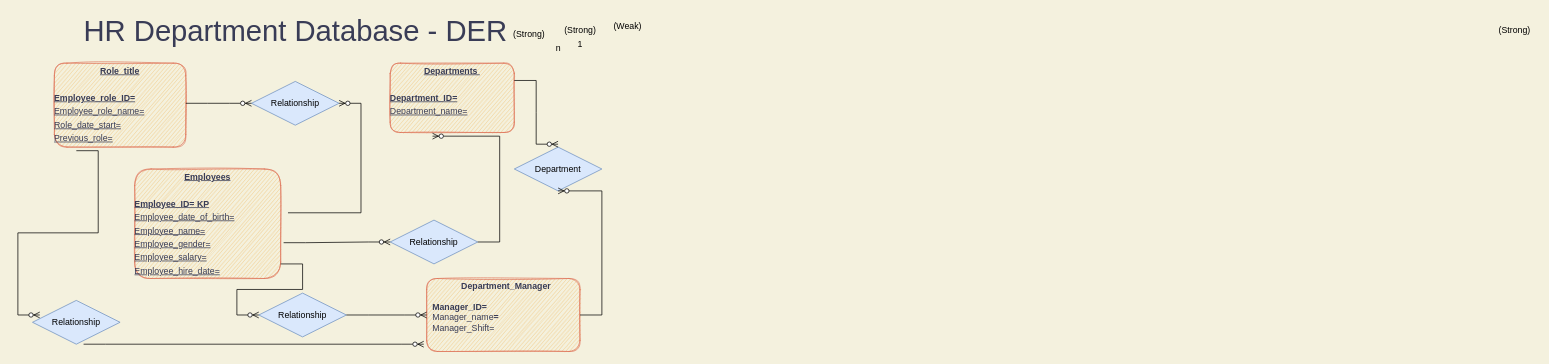
This is RH Database Diagram.drawio from PriFlores/HR-Database, a draw.io file, before an edit. Source tidied: cells renumbered, new cells numbered last; positions are measured from the earlier drawing's top-left corner, leaving out a move shared by most shapes. Both pictures are drawn from the tidied source at 73%, with x=0, y=0 at pixel (32, 19).
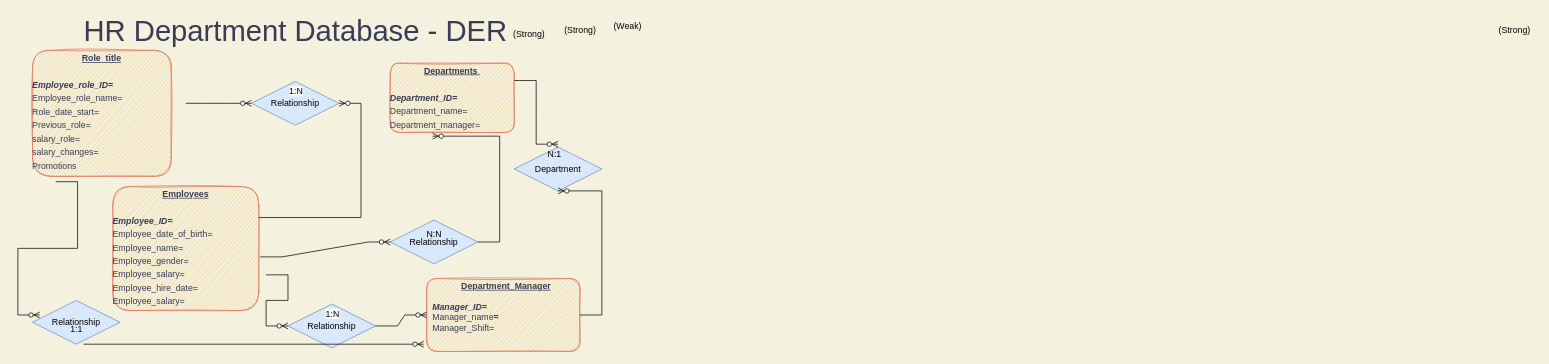
The same page after the edit.

The change refers to these unchanged cells:
```xml
<mxCell id="10" value="Relationship" style="shape=rhombus;perimeter=rhombusPerimeter;whiteSpace=wrap;html=1;align=center;fillColor=#dae8fc;strokeColor=#6c8ebf;" parent="1" vertex="1">
  <mxGeometry x="490" y="275" width="120" height="60" as="geometry" />
</mxCell>
<mxCell id="14" value="Relationship" style="shape=rhombus;perimeter=rhombusPerimeter;whiteSpace=wrap;html=1;align=center;fillColor=#dae8fc;strokeColor=#6c8ebf;" parent="1" vertex="1">
  <mxGeometry x="300" y="85" width="120" height="60" as="geometry" />
</mxCell>
```

Change to the diagram source:
```diff
@@
-    <mxCell id="2" value="&lt;p style=&quot;margin: 0px ; margin-top: 4px ; text-align: center ; text-decoration: underline&quot;&gt;&lt;b&gt;Role&amp;nbsp; title&lt;/b&gt;&lt;/p&gt;&lt;p style=&quot;margin: 0px ; margin-top: 4px ; text-align: center ; text-decoration: underline&quot;&gt;&lt;b&gt;&lt;br&gt;&lt;/b&gt;&lt;/p&gt;&lt;p style=&quot;margin: 4px 0px 0px ; text-decoration: underline&quot;&gt;&lt;b&gt;Employee_role_ID&lt;span&gt;=&lt;/span&gt;&lt;/b&gt;&lt;/p&gt;&lt;p style=&quot;margin: 4px 0px 0px ; text-decoration: underline&quot;&gt;Employee_role_name=&lt;/p&gt;&lt;p style=&quot;margin: 4px 0px 0px ; text-decoration: underline&quot;&gt;Role_date_start=&lt;/p&gt;&lt;p style=&quot;margin: 4px 0px 0px ; text-decoration: underline&quot;&gt;Previous_role=&lt;/p&gt;&lt;p style=&quot;margin: 4px 0px 0px ; text-decoration: underline&quot;&gt;&lt;b&gt;&lt;br&gt;&lt;/b&gt;&lt;/p&gt;" style="verticalAlign=top;align=left;overflow=fill;fontSize=12;fontFamily=Helvetica;html=1;shadow=0;comic=0;labelBackgroundColor=none;strokeWidth=1;fillColor=#F2CC8F;strokeColor=#E07A5F;fontColor=#393C56;rounded=1;sketch=1;" parent="1" vertex="1">
-      <mxGeometry x="30" y="60" width="180" height="115" as="geometry" />
+    <mxCell id="2" value="&lt;p style=&quot;margin: 4px 0px 0px ; text-align: center&quot;&gt;&lt;b&gt;&lt;u&gt;Role&amp;nbsp; title&lt;/u&gt;&lt;/b&gt;&lt;/p&gt;&lt;p style=&quot;margin: 4px 0px 0px ; text-align: center&quot;&gt;&lt;b&gt;&lt;br&gt;&lt;/b&gt;&lt;/p&gt;&lt;p style=&quot;margin: 4px 0px 0px&quot;&gt;&lt;b&gt;&lt;i&gt;Employee_role_ID&lt;/i&gt;&lt;span&gt;=&lt;/span&gt;&lt;/b&gt;&lt;/p&gt;&lt;p style=&quot;margin: 4px 0px 0px&quot;&gt;Employee_role_name=&lt;/p&gt;&lt;p style=&quot;margin: 4px 0px 0px&quot;&gt;&lt;span&gt;Role_date_start=&lt;/span&gt;&lt;br&gt;&lt;/p&gt;&lt;p style=&quot;margin: 4px 0px 0px&quot;&gt;Previous_role=&lt;/p&gt;&lt;p style=&quot;margin: 4px 0px 0px&quot;&gt;salary_role=&lt;/p&gt;&lt;p style=&quot;margin: 4px 0px 0px&quot;&gt;salary_changes=&lt;/p&gt;&lt;p style=&quot;margin: 4px 0px 0px&quot;&gt;Promotions&lt;/p&gt;&lt;p style=&quot;margin: 4px 0px 0px ; text-decoration: underline&quot;&gt;&lt;b&gt;&lt;br&gt;&lt;/b&gt;&lt;/p&gt;" style="verticalAlign=top;align=left;overflow=fill;fontSize=12;fontFamily=Helvetica;html=1;shadow=0;comic=0;labelBackgroundColor=none;strokeWidth=1;fillColor=#F2CC8F;strokeColor=#E07A5F;fontColor=#393C56;rounded=1;sketch=1;" parent="1" vertex="1">
+      <mxGeometry y="42.5" width="190" height="172.5" as="geometry" />
     </mxCell>
-    <mxCell id="3" value="&lt;p style=&quot;margin: 0px ; margin-top: 4px ; text-align: center ; text-decoration: underline&quot;&gt;&lt;b&gt;Departments&amp;nbsp;&lt;/b&gt;&lt;/p&gt;&lt;p style=&quot;margin: 0px ; margin-top: 4px ; text-align: center ; text-decoration: underline&quot;&gt;&lt;b&gt;&lt;br&gt;&lt;/b&gt;&lt;/p&gt;&lt;p style=&quot;margin: 4px 0px 0px ; text-decoration: underline&quot;&gt;&lt;b&gt;Department_ID=&lt;/b&gt;&lt;/p&gt;&lt;p style=&quot;margin: 4px 0px 0px ; text-decoration: underline&quot;&gt;Department_name=&lt;/p&gt;" style="verticalAlign=top;align=left;overflow=fill;fontSize=12;fontFamily=Helvetica;html=1;shadow=0;comic=0;labelBackgroundColor=none;strokeWidth=1;fillColor=#F2CC8F;strokeColor=#E07A5F;fontColor=#393C56;rounded=1;sketch=1;" parent="1" vertex="1">
+    <mxCell id="3" value="&lt;p style=&quot;margin: 4px 0px 0px ; text-align: center&quot;&gt;&lt;b&gt;&lt;u&gt;Departments&amp;nbsp;&lt;/u&gt;&lt;/b&gt;&lt;/p&gt;&lt;p style=&quot;margin: 4px 0px 0px ; text-align: center&quot;&gt;&lt;b&gt;&lt;br&gt;&lt;/b&gt;&lt;/p&gt;&lt;p style=&quot;margin: 4px 0px 0px&quot;&gt;&lt;b&gt;&lt;i&gt;Department_ID&lt;/i&gt;=&lt;/b&gt;&lt;/p&gt;&lt;p style=&quot;margin: 4px 0px 0px&quot;&gt;Department_name=&lt;/p&gt;&lt;p style=&quot;margin: 4px 0px 0px&quot;&gt;Department_manager=&lt;/p&gt;" style="verticalAlign=top;align=left;overflow=fill;fontSize=12;fontFamily=Helvetica;html=1;shadow=0;comic=0;labelBackgroundColor=none;strokeWidth=1;fillColor=#F2CC8F;strokeColor=#E07A5F;fontColor=#393C56;rounded=1;sketch=1;" parent="1" vertex="1">
       <mxGeometry x="490" y="60" width="170" height="95" as="geometry" />
     </mxCell>
-    <mxCell id="4" value="&lt;p style=&quot;margin: 0px ; margin-top: 4px ; text-align: center ; text-decoration: underline&quot;&gt;&lt;/p&gt;&lt;p style=&quot;text-align: center ; margin: 0px 0px 0px 8px&quot;&gt;&lt;b&gt;Department_Manager&lt;/b&gt;&lt;/p&gt;&lt;p style=&quot;text-align: center ; margin: 0px 0px 0px 8px&quot;&gt;&lt;br&gt;&lt;/p&gt;&lt;p style=&quot;margin: 0px 0px 0px 8px&quot;&gt;&lt;b&gt;Manager_ID=&lt;/b&gt;&lt;/p&gt;&lt;p style=&quot;margin: 0px 0px 0px 8px&quot;&gt;Manager_name&lt;b&gt;=&amp;nbsp;&lt;/b&gt;&lt;/p&gt;&lt;p style=&quot;margin: 0px 0px 0px 8px&quot;&gt;Manager_Shift=&lt;/p&gt;" style="verticalAlign=top;align=left;overflow=fill;fontSize=12;fontFamily=Helvetica;html=1;shadow=0;comic=0;labelBackgroundColor=none;strokeWidth=1;fillColor=#F2CC8F;strokeColor=#E07A5F;fontColor=#393C56;rounded=1;sketch=1;" parent="1" vertex="1">
+    <mxCell id="4" value="&lt;p style=&quot;margin: 0px ; margin-top: 4px ; text-align: center ; text-decoration: underline&quot;&gt;&lt;/p&gt;&lt;p style=&quot;text-align: center ; margin: 0px 0px 0px 8px&quot;&gt;&lt;b&gt;&lt;u&gt;Department_Manager&lt;/u&gt;&lt;/b&gt;&lt;/p&gt;&lt;p style=&quot;text-align: center ; margin: 0px 0px 0px 8px&quot;&gt;&lt;br&gt;&lt;/p&gt;&lt;p style=&quot;margin: 0px 0px 0px 8px&quot;&gt;&lt;b&gt;&lt;i&gt;Manager_ID=&lt;/i&gt;&lt;/b&gt;&lt;/p&gt;&lt;p style=&quot;margin: 0px 0px 0px 8px&quot;&gt;Manager_name&lt;b&gt;=&amp;nbsp;&lt;/b&gt;&lt;/p&gt;&lt;p style=&quot;margin: 0px 0px 0px 8px&quot;&gt;Manager_Shift=&lt;/p&gt;" style="verticalAlign=top;align=left;overflow=fill;fontSize=12;fontFamily=Helvetica;html=1;shadow=0;comic=0;labelBackgroundColor=none;strokeWidth=1;fillColor=#F2CC8F;strokeColor=#E07A5F;fontColor=#393C56;rounded=1;sketch=1;" parent="1" vertex="1">
       <mxGeometry x="540" y="355" width="210" height="100" as="geometry" />
     </mxCell>
@@
-    <mxCell id="12" value="n" style="text;html=1;align=center;verticalAlign=middle;fillColor=none;strokeColor=none;rounded=0;" parent="1" vertex="1">
-      <mxGeometry x="710" y="30" width="20" height="20" as="geometry" />
+    <mxCell id="12" value="N:1" style="text;html=1;align=center;verticalAlign=middle;fillColor=none;strokeColor=none;rounded=0;" parent="1" vertex="1">
+      <mxGeometry x="700" y="175" width="30" height="20" as="geometry" />
     </mxCell>
-    <mxCell id="13" value="1" style="text;html=1;align=center;verticalAlign=middle;fillColor=none;strokeColor=none;rounded=0;" parent="1" vertex="1">
-      <mxGeometry x="740" y="25" width="20" height="20" as="geometry" />
+    <mxCell id="13" value="N:N" style="text;html=1;align=center;verticalAlign=middle;fillColor=none;strokeColor=none;rounded=0;" parent="1" vertex="1">
+      <mxGeometry x="530" y="285" width="40" height="20" as="geometry" />
     </mxCell>
@@
-    <mxCell id="15" value="&lt;p style=&quot;margin: 0px ; margin-top: 4px ; text-align: center ; text-decoration: underline&quot;&gt;&lt;b&gt;Employees&lt;/b&gt;&lt;/p&gt;&lt;p style=&quot;margin: 0px ; margin-top: 4px ; text-align: center ; text-decoration: underline&quot;&gt;&lt;b&gt;&lt;br&gt;&lt;/b&gt;&lt;/p&gt;&lt;p style=&quot;margin: 4px 0px 0px ; text-decoration: underline&quot;&gt;&lt;b&gt;Employee_ID= KP&lt;/b&gt;&lt;/p&gt;&lt;p style=&quot;margin: 4px 0px 0px ; text-decoration: underline&quot;&gt;Employee_date_of_birth=&lt;/p&gt;&lt;p style=&quot;margin: 4px 0px 0px ; text-decoration: underline&quot;&gt;Employee_name=&lt;/p&gt;&lt;p style=&quot;margin: 4px 0px 0px ; text-decoration: underline&quot;&gt;Employee_gender=&lt;/p&gt;&lt;p style=&quot;margin: 4px 0px 0px ; text-decoration: underline&quot;&gt;Employee_salary=&lt;/p&gt;&lt;p style=&quot;margin: 4px 0px 0px ; text-decoration: underline&quot;&gt;Employee_hire_date=&lt;/p&gt;&lt;p style=&quot;margin: 4px 0px 0px ; text-decoration: underline&quot;&gt;&lt;br&gt;&lt;/p&gt;&lt;p style=&quot;margin: 4px 0px 0px ; text-decoration: underline&quot;&gt;&lt;br&gt;&lt;/p&gt;&lt;p style=&quot;margin: 0px ; margin-top: 4px ; text-align: center ; text-decoration: underline&quot;&gt;&lt;br&gt;&lt;/p&gt;" style="verticalAlign=top;align=left;overflow=fill;fontSize=12;fontFamily=Helvetica;html=1;shadow=0;comic=0;labelBackgroundColor=none;strokeWidth=1;fillColor=#F2CC8F;strokeColor=#E07A5F;fontColor=#393C56;rounded=1;sketch=1;" parent="1" vertex="1">
-      <mxGeometry x="140" y="205" width="200" height="150" as="geometry" />
+    <mxCell id="15" value="&lt;p style=&quot;margin: 0px ; margin-top: 4px ; text-align: center ; text-decoration: underline&quot;&gt;&lt;b&gt;Employees&lt;/b&gt;&lt;/p&gt;&lt;p style=&quot;margin: 0px ; margin-top: 4px ; text-align: center ; text-decoration: underline&quot;&gt;&lt;b&gt;&lt;br&gt;&lt;/b&gt;&lt;/p&gt;&lt;p style=&quot;margin: 4px 0px 0px&quot;&gt;&lt;b&gt;&lt;i&gt;Employee_ID=&amp;nbsp;&lt;/i&gt;&lt;/b&gt;&lt;/p&gt;&lt;p style=&quot;margin: 4px 0px 0px&quot;&gt;Employee_date_of_birth=&lt;/p&gt;&lt;p style=&quot;margin: 4px 0px 0px&quot;&gt;Employee_name=&lt;/p&gt;&lt;p style=&quot;margin: 4px 0px 0px&quot;&gt;Employee_gender=&lt;/p&gt;&lt;p style=&quot;margin: 4px 0px 0px&quot;&gt;Employee_salary=&lt;/p&gt;&lt;p style=&quot;margin: 4px 0px 0px&quot;&gt;Employee_hire_date=&lt;/p&gt;&lt;p style=&quot;margin: 4px 0px 0px&quot;&gt;Employee_salary=&lt;/p&gt;&lt;p style=&quot;margin: 4px 0px 0px&quot;&gt;&lt;br&gt;&lt;/p&gt;&lt;p style=&quot;margin: 4px 0px 0px&quot;&gt;&lt;br&gt;&lt;/p&gt;&lt;div&gt;&lt;br&gt;&lt;/div&gt;&lt;p style=&quot;margin: 4px 0px 0px ; text-decoration: underline&quot;&gt;&lt;br&gt;&lt;/p&gt;&lt;p style=&quot;margin: 0px ; margin-top: 4px ; text-align: center ; text-decoration: underline&quot;&gt;&lt;br&gt;&lt;/p&gt;" style="verticalAlign=top;align=left;overflow=fill;fontSize=12;fontFamily=Helvetica;html=1;shadow=0;comic=0;labelBackgroundColor=none;strokeWidth=1;fillColor=#F2CC8F;strokeColor=#E07A5F;fontColor=#393C56;rounded=1;sketch=1;" parent="1" vertex="1">
+      <mxGeometry x="110" y="229" width="200" height="170" as="geometry" />
     </mxCell>
@@
-    <mxCell id="17" style="edgeStyle=entityRelationEdgeStyle;fontSize=12;html=1;endArrow=ERzeroToMany;endFill=1;rounded=0;" parent="1" edge="1" target="14">
-      <mxGeometry relative="1" as="geometry">
-        <mxPoint x="350" y="265" as="sourcePoint" />
-      </mxGeometry>
+    <mxCell id="17" style="edgeStyle=entityRelationEdgeStyle;fontSize=12;html=1;endArrow=ERzeroToMany;endFill=1;rounded=0;exitX=1;exitY=0.25;exitDx=0;exitDy=0;" parent="1" edge="1" source="15" target="14">
+      <mxGeometry relative="1" as="geometry" />
     </mxCell>
@@
-    <mxCell id="20" style="edgeStyle=entityRelationEdgeStyle;fontSize=12;html=1;endArrow=ERzeroToMany;endFill=1;rounded=0;exitX=1.02;exitY=0.673;exitDx=0;exitDy=0;exitPerimeter=0;" parent="1" edge="1" source="15" target="10">
+    <mxCell id="20" style="edgeStyle=entityRelationEdgeStyle;fontSize=12;html=1;endArrow=ERzeroToMany;endFill=1;rounded=0;exitX=1.01;exitY=0.567;exitDx=0;exitDy=0;exitPerimeter=0;" parent="1" edge="1" source="15" target="10">
       <mxGeometry relative="1" as="geometry" />
     </mxCell>
@@
     <mxCell id="23" value="Relationship" style="shape=rhombus;perimeter=rhombusPerimeter;whiteSpace=wrap;html=1;align=center;fillColor=#dae8fc;strokeColor=#6c8ebf;" parent="1" vertex="1">
-      <mxGeometry x="310" y="375" width="120" height="60" as="geometry" />
+      <mxGeometry x="350" y="390" width="120" height="60" as="geometry" />
     </mxCell>
-    <mxCell id="24" style="edgeStyle=entityRelationEdgeStyle;fontSize=12;html=1;endArrow=ERzeroToMany;endFill=1;rounded=0;exitX=1;exitY=0.867;exitDx=0;exitDy=0;exitPerimeter=0;" parent="1" edge="1" source="15">
+    <mxCell id="24" style="edgeStyle=entityRelationEdgeStyle;fontSize=12;html=1;endArrow=ERzeroToMany;endFill=1;rounded=0;entryX=0;entryY=0.5;entryDx=0;entryDy=0;" parent="1" edge="1" target="23">
       <mxGeometry relative="1" as="geometry">
-        <mxPoint x="310" y="405" as="targetPoint" />
+        <mxPoint x="320" y="350" as="sourcePoint" />
       </mxGeometry>
     </mxCell>
-    <mxCell id="25" style="edgeStyle=entityRelationEdgeStyle;fontSize=12;html=1;endArrow=ERzeroToMany;endFill=1;rounded=0;entryX=0;entryY=0.5;entryDx=0;entryDy=0;" parent="1" edge="1" source="23" target="4">
-      <mxGeometry relative="1" as="geometry" />
+    <mxCell id="25" style="edgeStyle=entityRelationEdgeStyle;fontSize=12;html=1;endArrow=ERzeroToMany;endFill=1;rounded=0;" parent="1" edge="1" source="23">
+      <mxGeometry relative="1" as="geometry">
+        <mxPoint x="540" y="405" as="targetPoint" />
+      </mxGeometry>
     </mxCell>
@@
+    <mxCell id="29" value="1:1" style="text;html=1;align=center;verticalAlign=middle;fillColor=none;strokeColor=none;rounded=0;" parent="1" vertex="1">
+      <mxGeometry x="45" y="415" width="30" height="20" as="geometry" />
+    </mxCell>
+    <mxCell id="30" value="&lt;span style=&quot;color: rgb(0 , 0 , 0) ; font-family: &amp;#34;helvetica&amp;#34; ; font-size: 12px ; font-style: normal ; font-weight: 400 ; letter-spacing: normal ; text-align: center ; text-indent: 0px ; text-transform: none ; word-spacing: 0px ; background-color: rgb(248 , 249 , 250) ; display: inline ; float: none&quot;&gt;1:N&lt;br&gt;&lt;/span&gt;" style="text;whiteSpace=wrap;html=1;" parent="1" vertex="1">
+      <mxGeometry x="350" y="85" width="40" height="30" as="geometry" />
+    </mxCell>
+    <mxCell id="31" value="&lt;span style=&quot;color: rgb(0 , 0 , 0) ; font-family: &amp;#34;helvetica&amp;#34; ; font-size: 12px ; font-style: normal ; font-weight: 400 ; letter-spacing: normal ; text-align: center ; text-indent: 0px ; text-transform: none ; word-spacing: 0px ; background-color: rgb(248 , 249 , 250) ; display: inline ; float: none&quot;&gt;1:N&lt;br&gt;&lt;/span&gt;" style="text;whiteSpace=wrap;html=1;" parent="1" vertex="1">
+      <mxGeometry x="400" y="390" width="40" height="30" as="geometry" />
+    </mxCell>
```
